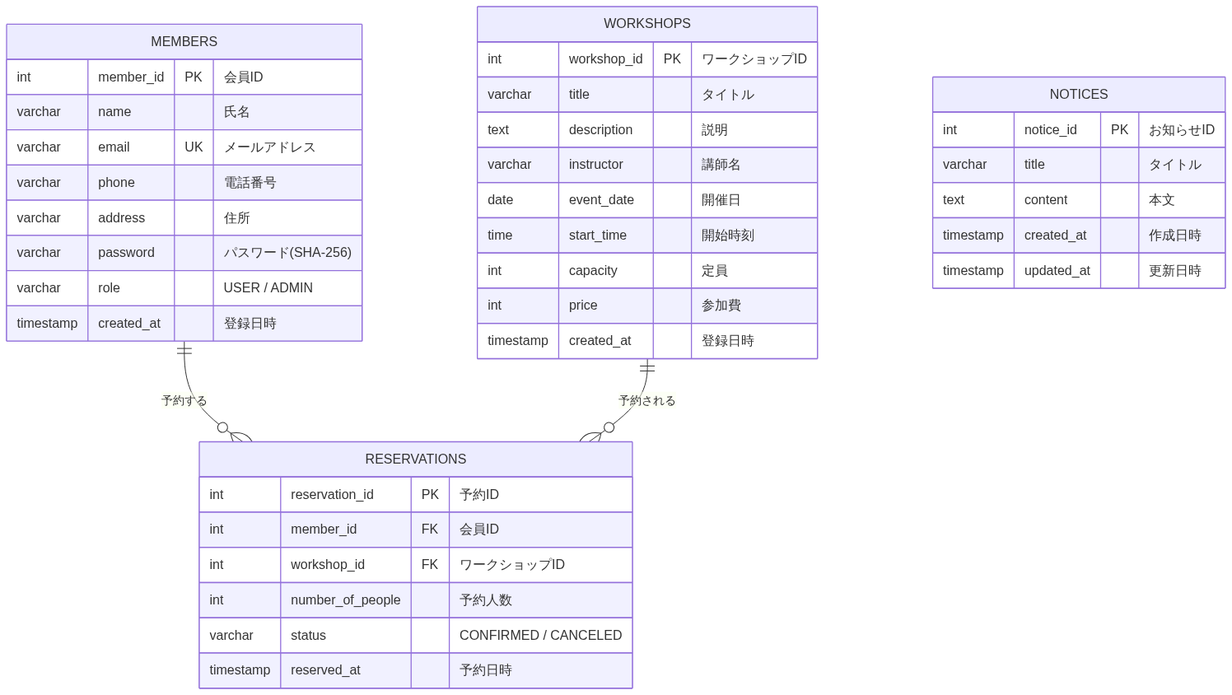
The Mermaid diagram docs/diagrams/er.png in chumnoir/reservation-project, before a commit. Its source is kept beside it as docs/diagrams/er.mmd.
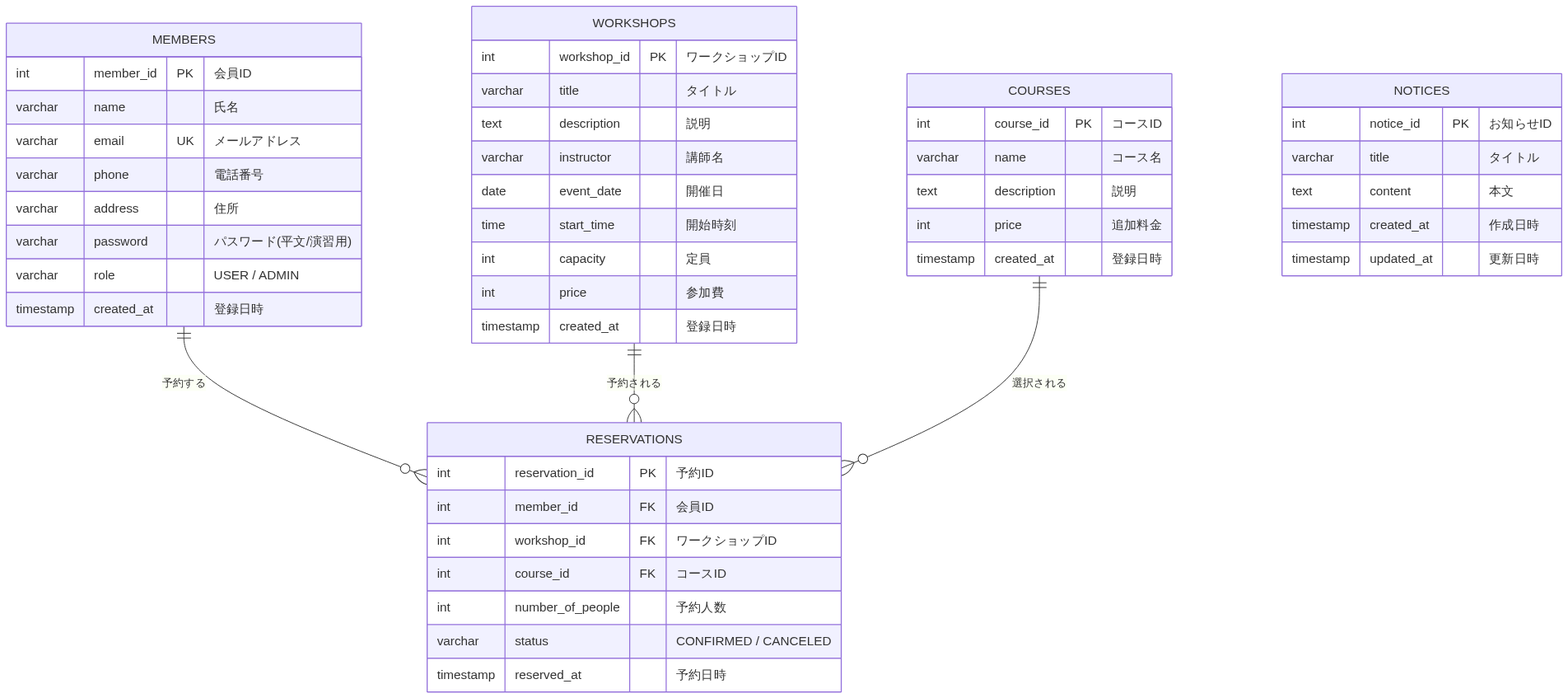
After the change.

Change to the diagram source:
```diff
@@ -1,13 +1,14 @@
 erDiagram
     MEMBERS ||--o{ RESERVATIONS : "予約する"
     WORKSHOPS ||--o{ RESERVATIONS : "予約される"
+    COURSES ||--o{ RESERVATIONS : "選択される"
     MEMBERS {
         int member_id PK "会員ID"
         varchar name "氏名"
         varchar email UK "メールアドレス"
         varchar phone "電話番号"
         varchar address "住所"
-        varchar password "パスワード(SHA-256)"
+        varchar password "パスワード(平文/演習用)"
         varchar role "USER / ADMIN"
         timestamp created_at "登録日時"
     }
@@ -22,10 +23,18 @@
         int price "参加費"
         timestamp created_at "登録日時"
     }
+    COURSES {
+        int course_id PK "コースID"
+        varchar name "コース名"
+        text description "説明"
+        int price "追加料金"
+        timestamp created_at "登録日時"
+    }
     RESERVATIONS {
         int reservation_id PK "予約ID"
         int member_id FK "会員ID"
         int workshop_id FK "ワークショップID"
+        int course_id FK "コースID"
         int number_of_people "予約人数"
         varchar status "CONFIRMED / CANCELED"
         timestamp reserved_at "予約日時"
```
